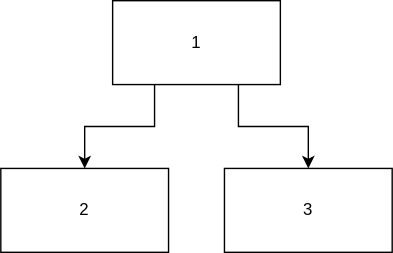
AReid987/foam keeps this draw.io diagram as assets/images/diagram-drawio-demo.drawio.svg. Above is the earlier version. Source tidied: cells renumbered, new cells last; positions are measured from the earlier drawing's top-left corner, leaving out a move shared by most shapes.
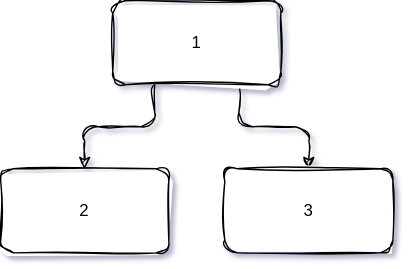
Above is the later version.

The edit, as a diff of the source:
```diff
@@ -1,20 +1,20 @@
-<mxGraphModel>
+<mxGraphModel shadow="1">
   <root>
     <mxCell id="0" />
     <mxCell id="1" parent="0" />
-    <mxCell id="2" style="edgeStyle=orthogonalEdgeStyle;rounded=0;jettySize=auto;html=1;exitX=0.25;exitY=1;exitDx=0;exitDy=0;entryX=0.5;entryY=0;entryDx=0;entryDy=0;" parent="1" edge="1" source="4" target="5">
+    <mxCell id="2" style="edgeStyle=orthogonalEdgeStyle;rounded=1;jettySize=auto;html=1;exitX=0.25;exitY=1;exitDx=0;exitDy=0;entryX=0.5;entryY=0;entryDx=0;entryDy=0;sketch=1;curveFitting=1;jiggle=2;" parent="1" edge="1" source="4" target="5">
       <mxGeometry relative="1" as="geometry" />
     </mxCell>
-    <mxCell id="3" style="edgeStyle=orthogonalEdgeStyle;rounded=0;jettySize=auto;html=1;exitX=0.75;exitY=1;exitDx=0;exitDy=0;entryX=0.5;entryY=0;entryDx=0;entryDy=0;" parent="1" edge="1" source="4" target="6">
+    <mxCell id="3" style="edgeStyle=orthogonalEdgeStyle;rounded=1;jettySize=auto;html=1;exitX=0.75;exitY=1;exitDx=0;exitDy=0;entryX=0.5;entryY=0;entryDx=0;entryDy=0;sketch=1;curveFitting=1;jiggle=2;" parent="1" edge="1" source="4" target="6">
       <mxGeometry relative="1" as="geometry" />
     </mxCell>
-    <mxCell id="4" value="1" style="rounded=0;whiteSpace=wrap;html=1;" parent="1" vertex="1">
+    <mxCell id="4" value="1" style="rounded=1;whiteSpace=wrap;html=1;sketch=1;curveFitting=1;jiggle=2;" parent="1" vertex="1">
       <mxGeometry x="80" width="120" height="60" as="geometry" />
     </mxCell>
-    <mxCell id="5" value="2" style="rounded=0;whiteSpace=wrap;html=1;" parent="1" vertex="1">
+    <mxCell id="5" value="2" style="rounded=1;whiteSpace=wrap;html=1;sketch=1;curveFitting=1;jiggle=2;" parent="1" vertex="1">
       <mxGeometry y="120" width="120" height="60" as="geometry" />
     </mxCell>
-    <mxCell id="6" value="3" style="rounded=0;whiteSpace=wrap;html=1;" parent="1" vertex="1">
+    <mxCell id="6" value="3" style="rounded=1;whiteSpace=wrap;html=1;sketch=1;curveFitting=1;jiggle=2;" parent="1" vertex="1">
       <mxGeometry x="160" y="120" width="120" height="60" as="geometry" />
     </mxCell>
   </root>
```
